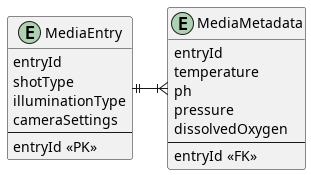
Before: Progress_Report_Presentation/Main_Document/Figures/ER_Diagram.png, a diagram exported from PlantUML (fabiomatos999/M.O.S.I.S).
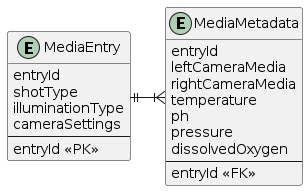
The same diagram one commit later.

Change to the diagram source:
```diff
@@ -10,6 +10,8 @@
 }
 entity MediaMetadata {
 	entryId
+	leftCameraMedia
+	rightCameraMedia
 	temperature
 	ph
 	pressure
```
